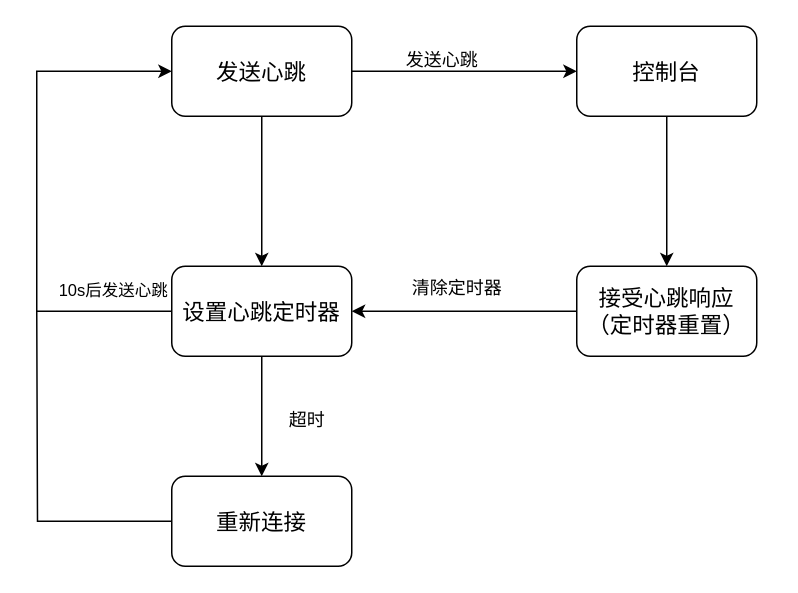
The draw.io diagram 心跳.drawio in tianshengdiwangK/common, before the edit. Source tidied: cells renumbered, new cells numbered last; positions are measured from the earlier drawing's top-left corner, leaving out a move shared by most shapes. Both pictures are drawn from the tidied source at 150%, with x=0, y=0 at pixel (36, 26).
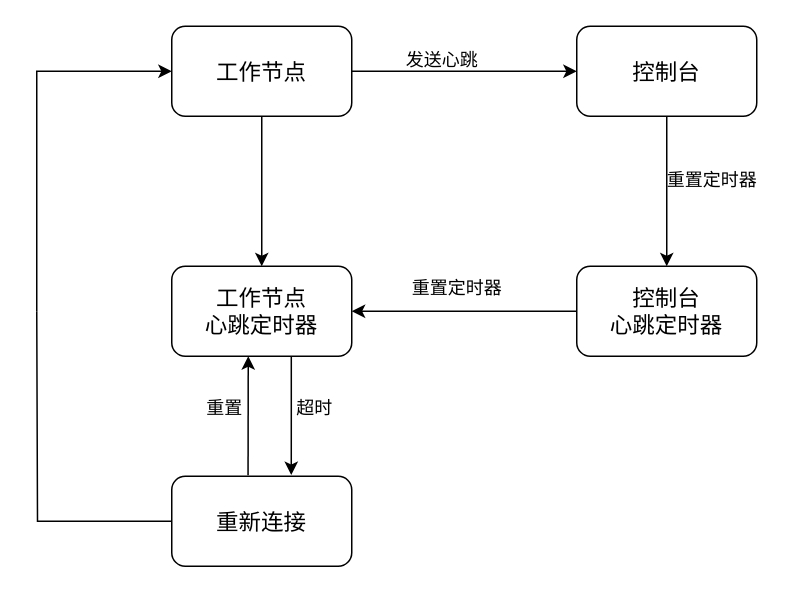
The same diagram, later.

Unchanged cells that the change refers to:
```xml
<mxCell id="14" value="&lt;font style=&quot;font-size: 15px;&quot;&gt;重新连接&lt;/font&gt;" style="rounded=1;whiteSpace=wrap;html=1;" parent="1" vertex="1">
  <mxGeometry x="90" y="300" width="120" height="60" as="geometry" />
</mxCell>
```

Change to the diagram source:
```diff
@@
-    <mxCell id="4" value="&lt;font style=&quot;font-size: 15px;&quot;&gt;发送心跳&lt;/font&gt;" style="rounded=1;whiteSpace=wrap;html=1;" parent="1" vertex="1">
+    <mxCell id="4" value="&lt;font style=&quot;font-size: 15px;&quot;&gt;工作节点&lt;/font&gt;" style="rounded=1;whiteSpace=wrap;html=1;" parent="1" vertex="1">
       <mxGeometry x="90" width="120" height="60" as="geometry" />
     </mxCell>
@@
-    <mxCell id="7" style="edgeStyle=orthogonalEdgeStyle;rounded=0;jettySize=auto;html=1;entryX=0;entryY=0.5;entryDx=0;entryDy=0;exitX=0;exitY=0.5;exitDx=0;exitDy=0;" parent="1" edge="1" source="10" target="4">
+    <mxCell id="7" style="edgeStyle=orthogonalEdgeStyle;rounded=0;jettySize=auto;html=1;entryX=0;entryY=0.5;entryDx=0;entryDy=0;" parent="1" edge="1" target="4">
       <mxGeometry relative="1" as="geometry">
+        <mxPoint y="190" as="sourcePoint" />
         <Array as="points">
           <mxPoint y="190" />
           <mxPoint y="30" />
         </Array>
       </mxGeometry>
     </mxCell>
-    <mxCell id="8" value="10s后发送心跳" style="edgeLabel;html=1;align=center;verticalAlign=middle;" parent="7" vertex="1">
-      <mxGeometry x="0.13" y="-3" relative="1" as="geometry">
-        <mxPoint x="47" y="87" as="offset" />
-      </mxGeometry>
-    </mxCell>
-    <mxCell id="9" style="edgeStyle=orthogonalEdgeStyle;rounded=0;jettySize=auto;html=1;entryX=0.5;entryY=0;entryDx=0;entryDy=0;" parent="1" edge="1" source="10" target="14">
-      <mxGeometry relative="1" as="geometry" />
+    <mxCell id="9" style="edgeStyle=orthogonalEdgeStyle;rounded=0;jettySize=auto;html=1;entryX=0.664;entryY=-0.014;entryDx=0;entryDy=0;entryPerimeter=0;" parent="1" edge="1" source="10" target="14">
+      <mxGeometry relative="1" as="geometry">
+        <Array as="points">
+          <mxPoint x="170" y="260" />
+        </Array>
+      </mxGeometry>
     </mxCell>
-    <mxCell id="10" value="&lt;font style=&quot;font-size: 15px;&quot;&gt;设置心跳定时器&lt;/font&gt;" style="rounded=1;whiteSpace=wrap;html=1;" parent="1" vertex="1">
+    <mxCell id="10" value="&lt;font style=&quot;font-size: 15px;&quot;&gt;工作节点&lt;br&gt;心跳定时器&lt;/font&gt;" style="rounded=1;whiteSpace=wrap;html=1;" parent="1" vertex="1">
       <mxGeometry x="90" y="160" width="120" height="60" as="geometry" />
     </mxCell>
@@
-    <mxCell id="12" value="&lt;font style=&quot;font-size: 15px;&quot;&gt;接受心跳响应&lt;br&gt;（定时器重置）&lt;/font&gt;" style="rounded=1;whiteSpace=wrap;html=1;" parent="1" vertex="1">
+    <mxCell id="12" value="&lt;span style=&quot;font-size: 15px;&quot;&gt;控制台&lt;br&gt;心跳定时器&lt;/span&gt;" style="rounded=1;whiteSpace=wrap;html=1;" parent="1" vertex="1">
       <mxGeometry x="360" y="160" width="120" height="60" as="geometry" />
     </mxCell>
@@
     <mxCell id="15" value="超时" style="text;html=1;align=center;verticalAlign=middle;strokeColor=none;fillColor=none;" parent="1" vertex="1">
-      <mxGeometry x="155" y="248" width="50" height="30" as="geometry" />
+      <mxGeometry x="160" y="240" width="50" height="30" as="geometry" />
     </mxCell>
@@
-    <mxCell id="17" value="清除定时器" style="text;html=1;align=center;verticalAlign=middle;strokeColor=none;fillColor=none;" parent="1" vertex="1">
+    <mxCell id="17" value="重置定时器" style="text;html=1;align=center;verticalAlign=middle;strokeColor=none;fillColor=none;" parent="1" vertex="1">
       <mxGeometry x="240" y="160" width="80" height="30" as="geometry" />
     </mxCell>
+    <mxCell id="18" value="重置定时器" style="text;html=1;align=center;verticalAlign=middle;strokeColor=none;fillColor=none;" parent="1" vertex="1">
+      <mxGeometry x="410" y="88" width="80" height="30" as="geometry" />
+    </mxCell>
+    <mxCell id="19" style="endArrow=classic;html=1;rounded=0;exitX=0.424;exitY=-0.011;exitDx=0;exitDy=0;exitPerimeter=0;" parent="1" edge="1" source="14">
+      <mxGeometry relative="1" as="geometry">
+        <mxPoint x="141" y="220" as="targetPoint" />
+      </mxGeometry>
+    </mxCell>
+    <mxCell id="20" value="重置" style="text;html=1;align=center;verticalAlign=middle;strokeColor=none;fillColor=none;" parent="1" vertex="1">
+      <mxGeometry x="100" y="240" width="50" height="30" as="geometry" />
+    </mxCell>
```
